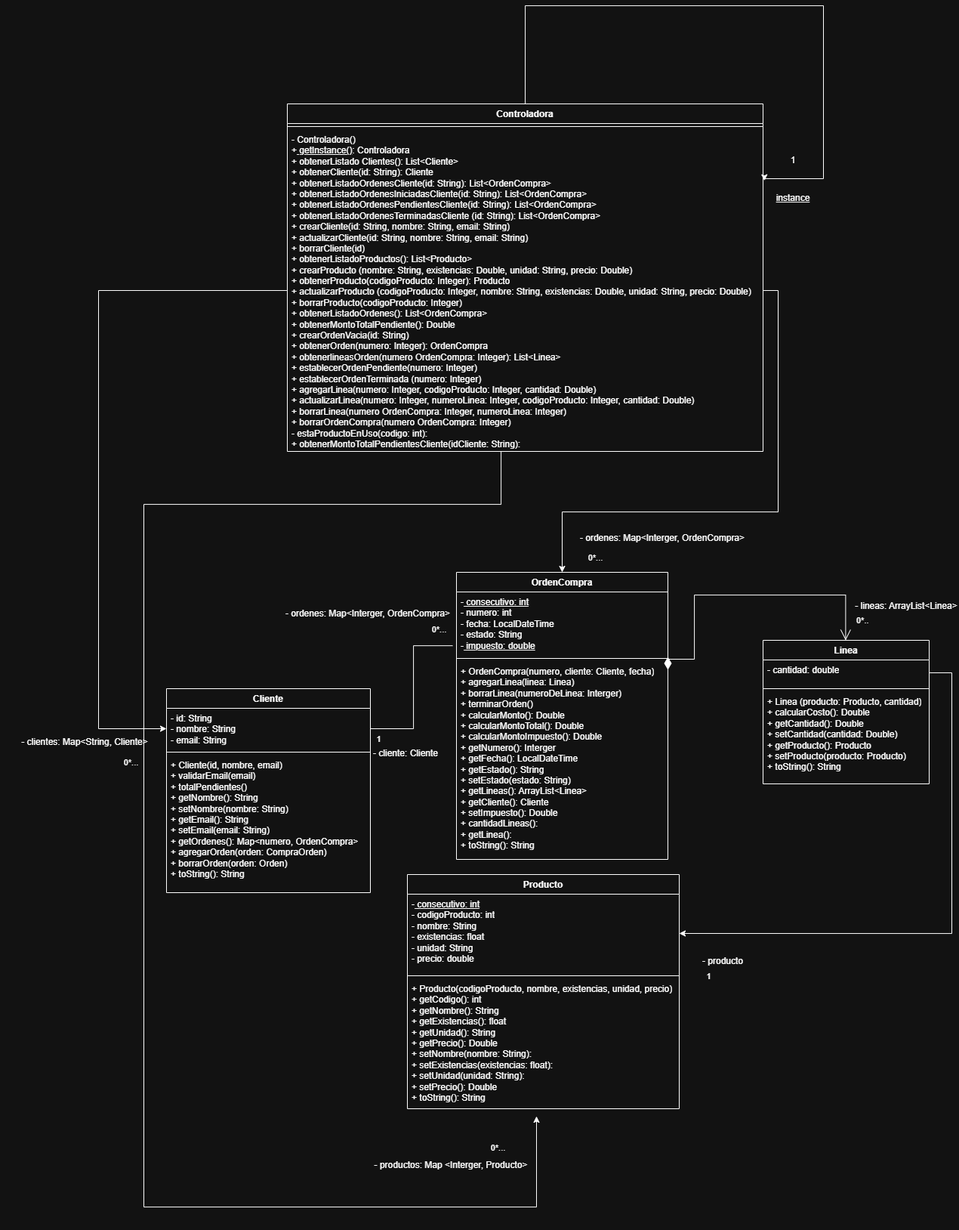
Before: Tienda WallRose.drawio.png, a diagram exported from draw.io (NeyB19/TiendaWallRose). Source tidied: cells renumbered, new cells last; positions are measured from the earlier drawing's top-left corner, leaving out a move shared by most shapes.
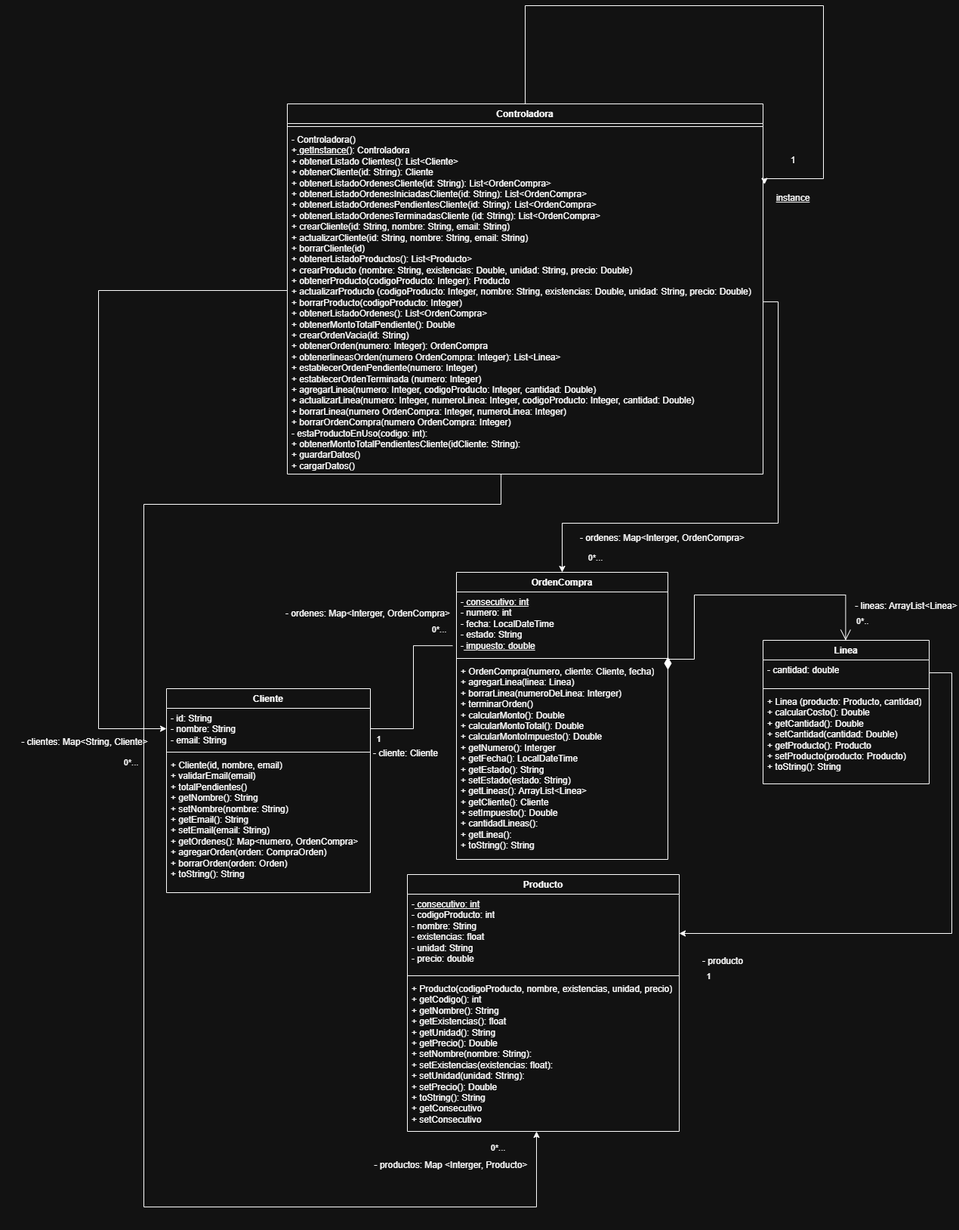
Later version of the same file.

The edit, as a diff of the source:
```diff
@@ -3,7 +3,7 @@
     <mxCell id="0" />
     <mxCell id="1" parent="0" />
     <mxCell id="2" value="Producto" style="swimlane;fontStyle=1;align=center;verticalAlign=top;horizontal=1;startSize=26;whiteSpace=wrap;html=1;" parent="1" vertex="1">
-      <mxGeometry x="539" y="1150" width="360" height="310" as="geometry" />
+      <mxGeometry x="539" y="1150" width="360" height="340" as="geometry" />
     </mxCell>
     <mxCell id="3" value="-&lt;u&gt;&amp;nbsp;consecutivo: int&lt;/u&gt;&lt;br&gt;&lt;div&gt;- codigoProducto: int&lt;/div&gt;&lt;div&gt;- nombre: String&lt;/div&gt;&lt;div&gt;- existencias: float&lt;/div&gt;&lt;div&gt;- unidad: String&lt;/div&gt;&lt;div&gt;- precio: double&lt;/div&gt;" style="text;strokeColor=none;fillColor=none;align=left;verticalAlign=top;spacingLeft=4;spacingRight=4;overflow=hidden;points=[[0,0.5],[1,0.5]];portConstraint=eastwest;whiteSpace=wrap;html=1;" parent="2" vertex="1">
       <mxGeometry y="26" width="360" height="104" as="geometry" />
@@ -11,8 +11,8 @@
     <mxCell id="4" style="line;strokeWidth=1;fillColor=none;align=left;verticalAlign=middle;spacingTop=-1;spacingLeft=3;spacingRight=3;labelPosition=right;strokeColor=inherit;" parent="2" vertex="1">
       <mxGeometry y="130" width="360" height="8" as="geometry" />
     </mxCell>
-    <mxCell id="5" value="+ Producto(codigoProducto, nombre, existencias, unidad, precio)&lt;div&gt;+ getCodigo(): int&lt;/div&gt;&lt;div&gt;+ getNombre(): String&lt;/div&gt;&lt;div&gt;+ getExistencias(): float&lt;/div&gt;&lt;div&gt;+ getUnidad(): String&lt;/div&gt;&lt;div&gt;+ getPrecio(): Double&lt;/div&gt;&lt;div&gt;+ setNombre(nombre: String):&lt;/div&gt;&lt;div&gt;+ setExistencias(existencias: float):&lt;/div&gt;&lt;div&gt;+ setUnidad(unidad: String):&lt;/div&gt;&lt;div&gt;+ setPrecio(): Double&lt;/div&gt;&lt;div&gt;+ toString(): String&lt;/div&gt;" style="text;strokeColor=none;fillColor=none;align=left;verticalAlign=top;spacingLeft=4;spacingRight=4;overflow=hidden;whiteSpace=wrap;html=1;" parent="2" vertex="1">
-      <mxGeometry y="138" width="360" height="172" as="geometry" />
+    <mxCell id="5" value="+ Producto(codigoProducto, nombre, existencias, unidad, precio)&lt;div&gt;+ getCodigo(): int&lt;/div&gt;&lt;div&gt;+ getNombre(): String&lt;/div&gt;&lt;div&gt;+ getExistencias(): float&lt;/div&gt;&lt;div&gt;+ getUnidad(): String&lt;/div&gt;&lt;div&gt;+ getPrecio(): Double&lt;/div&gt;&lt;div&gt;+ setNombre(nombre: String):&lt;/div&gt;&lt;div&gt;+ setExistencias(existencias: float):&lt;/div&gt;&lt;div&gt;+ setUnidad(unidad: String):&lt;/div&gt;&lt;div&gt;+ setPrecio(): Double&lt;/div&gt;&lt;div&gt;+ toString(): String&lt;/div&gt;&lt;div&gt;+ getConsecutivo&lt;/div&gt;&lt;div&gt;+ setConsecutivo&lt;/div&gt;" style="text;strokeColor=none;fillColor=none;align=left;verticalAlign=top;spacingLeft=4;spacingRight=4;overflow=hidden;whiteSpace=wrap;html=1;" parent="2" vertex="1">
+      <mxGeometry y="138" width="360" height="202" as="geometry" />
     </mxCell>
     <mxCell id="6" value="OrdenCompra" style="swimlane;fontStyle=1;align=center;verticalAlign=top;horizontal=1;startSize=26;whiteSpace=wrap;html=1;" parent="1" vertex="1">
       <mxGeometry x="604" y="750" width="280" height="380" as="geometry" />
@@ -48,13 +48,13 @@
       </mxGeometry>
     </mxCell>
     <mxCell id="15" value="Controladora" style="swimlane;fontStyle=1;align=center;verticalAlign=top;horizontal=1;startSize=26;whiteSpace=wrap;html=1;" parent="1" vertex="1">
-      <mxGeometry x="380" y="130" width="630" height="460" as="geometry" />
+      <mxGeometry x="380" y="130" width="630" height="490" as="geometry" />
     </mxCell>
     <mxCell id="16" style="line;strokeWidth=1;fillColor=none;align=left;verticalAlign=middle;spacingTop=-1;spacingLeft=3;spacingRight=3;labelPosition=right;strokeColor=inherit;" parent="15" vertex="1">
       <mxGeometry y="26" width="630" height="8" as="geometry" />
     </mxCell>
-    <mxCell id="17" value="&lt;div&gt;- Controladora()&lt;/div&gt;&lt;div&gt;+&lt;u&gt; getInstance()&lt;/u&gt;: Controladora&lt;/div&gt;&lt;div&gt;+ obtenerListado Clientes(): List&amp;lt;Cliente&amp;gt;&lt;/div&gt;&lt;div&gt;+ obtenerCliente(id: String): Cliente&lt;/div&gt;&lt;div&gt;+ obtenerListadoOrdenesCliente(id: String): List&amp;lt;OrdenCompra&amp;gt;&lt;/div&gt;&lt;div&gt;+ obtenerListadoOrdenesIniciadasCliente(id: String): List&amp;lt;OrdenCompra&amp;gt;&lt;/div&gt;&lt;div&gt;+ obtenerListadoOrdenesPendientesCliente(id: String): List&amp;lt;OrdenCompra&amp;gt;&lt;/div&gt;&lt;div&gt;+ obtenerListadoOrdenesTerminadasCliente (id: String): List&amp;lt;OrdenCompra&amp;gt;&lt;/div&gt;&lt;div&gt;+ crearCliente(id: String, nombre: String, email: String)&lt;/div&gt;&lt;div&gt;+ actualizarCliente(id: String, nombre: String, email: String)&lt;/div&gt;&lt;div&gt;+ borrarCliente(id)&lt;/div&gt;&lt;div&gt;+ obtenerListadoProductos(): List&amp;lt;Producto&amp;gt;&lt;/div&gt;&lt;div&gt;+ crearProducto (nombre: String, existencias: Double, unidad: String, precio: Double)&lt;/div&gt;&lt;div&gt;+ obtenerProducto(codigoProducto: Integer): Producto&lt;/div&gt;&lt;div&gt;+ actualizarProducto (codigoProducto: Integer, nombre: String, existencias: Double, unidad: String, precio: Double)&lt;/div&gt;&lt;div&gt;+ borrarProducto(codigoProducto: Integer)&amp;nbsp;&lt;/div&gt;&lt;div&gt;+ obtenerListadoOrdenes(): List&amp;lt;OrdenCompra&amp;gt;&lt;/div&gt;&lt;div&gt;+ obtenerMontoTotalPendiente(): Double&lt;/div&gt;&lt;div&gt;+ crearOrdenVacia(id: String)&lt;/div&gt;&lt;div&gt;+ obtenerOrden(numero: Integer): OrdenCompra&lt;/div&gt;&lt;div&gt;+ obtenerlineasOrden(numero OrdenCompra: Integer): List&amp;lt;Linea&amp;gt;&lt;/div&gt;&lt;div&gt;+ establecerOrdenPendiente(numero: Integer)&lt;/div&gt;&lt;div&gt;+ establecerOrdenTerminada (numero: Integer)&lt;/div&gt;&lt;div&gt;+ agregarLinea(numero: Integer, codigoProducto: Integer, cantidad: Double)&lt;/div&gt;&lt;div&gt;+ actualizarLinea(numero: Integer, numeroLinea: Integer, codigoProducto: Integer, cantidad: Double)&lt;/div&gt;&lt;div&gt;+ borrarLinea(numero OrdenCompra: Integer, numeroLinea: Integer)&lt;/div&gt;&lt;div&gt;+ borrarOrdenCompra(numero OrdenCompra: Integer)&lt;/div&gt;&lt;div&gt;- estaProductoEnUso(codigo: int):&amp;nbsp;&lt;/div&gt;&lt;div&gt;+ obtenerMontoTotalPendientesCliente(idCliente: String):&lt;/div&gt;&lt;div&gt;&lt;br&gt;&lt;/div&gt;" style="text;strokeColor=none;fillColor=none;align=left;verticalAlign=top;spacingLeft=4;spacingRight=4;overflow=hidden;points=[[0,0.5],[1,0.5]];portConstraint=eastwest;whiteSpace=wrap;html=1;" parent="15" vertex="1">
-      <mxGeometry y="34" width="630" height="426" as="geometry" />
+    <mxCell id="17" value="&lt;div&gt;- Controladora()&lt;/div&gt;&lt;div&gt;+&lt;u&gt; getInstance()&lt;/u&gt;: Controladora&lt;/div&gt;&lt;div&gt;+ obtenerListado Clientes(): List&amp;lt;Cliente&amp;gt;&lt;/div&gt;&lt;div&gt;+ obtenerCliente(id: String): Cliente&lt;/div&gt;&lt;div&gt;+ obtenerListadoOrdenesCliente(id: String): List&amp;lt;OrdenCompra&amp;gt;&lt;/div&gt;&lt;div&gt;+ obtenerListadoOrdenesIniciadasCliente(id: String): List&amp;lt;OrdenCompra&amp;gt;&lt;/div&gt;&lt;div&gt;+ obtenerListadoOrdenesPendientesCliente(id: String): List&amp;lt;OrdenCompra&amp;gt;&lt;/div&gt;&lt;div&gt;+ obtenerListadoOrdenesTerminadasCliente (id: String): List&amp;lt;OrdenCompra&amp;gt;&lt;/div&gt;&lt;div&gt;+ crearCliente(id: String, nombre: String, email: String)&lt;/div&gt;&lt;div&gt;+ actualizarCliente(id: String, nombre: String, email: String)&lt;/div&gt;&lt;div&gt;+ borrarCliente(id)&lt;/div&gt;&lt;div&gt;+ obtenerListadoProductos(): List&amp;lt;Producto&amp;gt;&lt;/div&gt;&lt;div&gt;+ crearProducto (nombre: String, existencias: Double, unidad: String, precio: Double)&lt;/div&gt;&lt;div&gt;+ obtenerProducto(codigoProducto: Integer): Producto&lt;/div&gt;&lt;div&gt;+ actualizarProducto (codigoProducto: Integer, nombre: String, existencias: Double, unidad: String, precio: Double)&lt;/div&gt;&lt;div&gt;+ borrarProducto(codigoProducto: Integer)&amp;nbsp;&lt;/div&gt;&lt;div&gt;+ obtenerListadoOrdenes(): List&amp;lt;OrdenCompra&amp;gt;&lt;/div&gt;&lt;div&gt;+ obtenerMontoTotalPendiente(): Double&lt;/div&gt;&lt;div&gt;+ crearOrdenVacia(id: String)&lt;/div&gt;&lt;div&gt;+ obtenerOrden(numero: Integer): OrdenCompra&lt;/div&gt;&lt;div&gt;+ obtenerlineasOrden(numero OrdenCompra: Integer): List&amp;lt;Linea&amp;gt;&lt;/div&gt;&lt;div&gt;+ establecerOrdenPendiente(numero: Integer)&lt;/div&gt;&lt;div&gt;+ establecerOrdenTerminada (numero: Integer)&lt;/div&gt;&lt;div&gt;+ agregarLinea(numero: Integer, codigoProducto: Integer, cantidad: Double)&lt;/div&gt;&lt;div&gt;+ actualizarLinea(numero: Integer, numeroLinea: Integer, codigoProducto: Integer, cantidad: Double)&lt;/div&gt;&lt;div&gt;+ borrarLinea(numero OrdenCompra: Integer, numeroLinea: Integer)&lt;/div&gt;&lt;div&gt;+ borrarOrdenCompra(numero OrdenCompra: Integer)&lt;/div&gt;&lt;div&gt;- estaProductoEnUso(codigo: int):&amp;nbsp;&lt;/div&gt;&lt;div&gt;+ obtenerMontoTotalPendientesCliente(idCliente: String):&lt;/div&gt;&lt;div&gt;+ guardarDatos()&lt;/div&gt;&lt;div&gt;+ cargarDatos()&lt;/div&gt;&lt;div&gt;&lt;br&gt;&lt;/div&gt;" style="text;strokeColor=none;fillColor=none;align=left;verticalAlign=top;spacingLeft=4;spacingRight=4;overflow=hidden;points=[[0,0.5],[1,0.5]];portConstraint=eastwest;whiteSpace=wrap;html=1;" parent="15" vertex="1">
+      <mxGeometry y="34" width="630" height="456" as="geometry" />
     </mxCell>
     <mxCell id="18" style="edgeStyle=orthogonalEdgeStyle;rounded=0;jettySize=auto;html=1;exitX=0.5;exitY=0;exitDx=0;exitDy=0;entryX=1.003;entryY=0.159;entryDx=0;entryDy=0;entryPerimeter=0;" parent="15" edge="1" source="15" target="17">
       <mxGeometry relative="1" as="geometry">
@@ -112,7 +112,7 @@
     </mxCell>
     <mxCell id="32" style="edgeStyle=orthogonalEdgeStyle;rounded=0;jettySize=auto;html=1;" parent="1" edge="1" source="17">
       <mxGeometry relative="1" as="geometry">
-        <mxPoint x="710" y="1470" as="targetPoint" />
+        <mxPoint x="710" y="1490" as="targetPoint" />
         <Array as="points">
           <mxPoint x="663" y="660" />
           <mxPoint x="190" y="660" />
```
